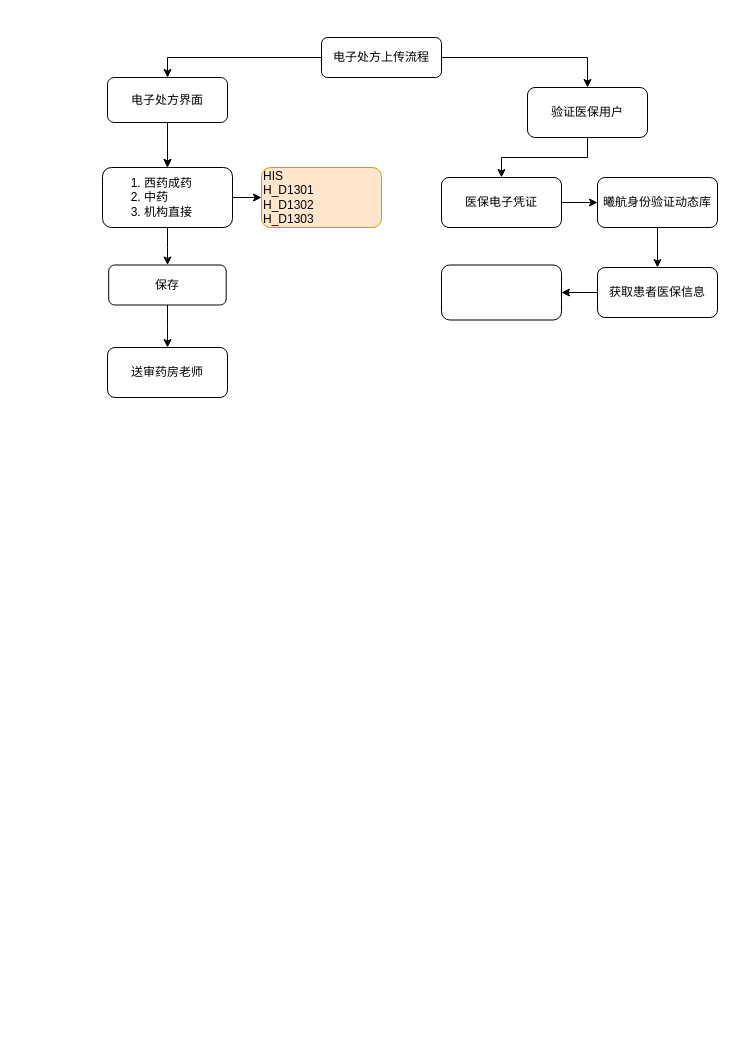
The draw.io diagram 未命名绘图.drawio in XLZF/Blog_Commit, before the edit. Source tidied: cells renumbered, new cells numbered last; positions are measured from the earlier drawing's top-left corner, leaving out a move shared by most shapes. Both pictures are drawn from the tidied source at 100%, with x=0, y=0 at pixel (102, 37).
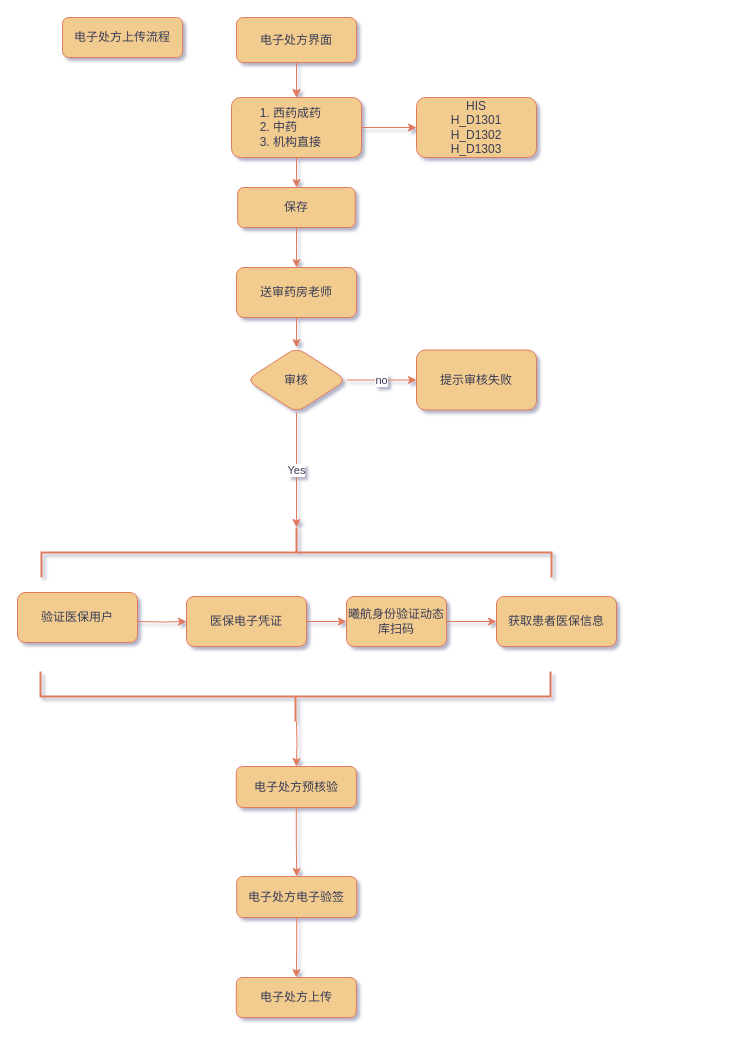
After the change.

Commit message:
电子处方上传

Diff of the diagram source:
```diff
@@
-<mxGraphModel>
+<mxGraphModel background="#ffffff" shadow="1">
@@
-    <mxCell id="2" style="edgeStyle=orthogonalEdgeStyle;rounded=0;jettySize=auto;html=1;" parent="1" edge="1" source="4" target="6">
-      <mxGeometry relative="1" as="geometry" />
-    </mxCell>
-    <mxCell id="3" style="edgeStyle=orthogonalEdgeStyle;rounded=0;jettySize=auto;html=1;entryX=0.5;entryY=0;entryDx=0;entryDy=0;" parent="1" edge="1" source="4" target="16">
-      <mxGeometry relative="1" as="geometry" />
-    </mxCell>
-    <mxCell id="4" value="电子处方上传流程" style="rounded=1;whiteSpace=wrap;html=1;fontSize=12;glass=0;strokeWidth=1;shadow=0;" parent="1" vertex="1">
-      <mxGeometry x="219" width="120" height="40" as="geometry" />
+    <mxCell id="4" value="电子处方上传流程" style="rounded=1;whiteSpace=wrap;html=1;fontSize=12;glass=0;strokeWidth=1;shadow=0;labelBackgroundColor=none;fillColor=#F2CC8F;strokeColor=#E07A5F;fontColor=#393C56;" parent="1" vertex="1">
+      <mxGeometry x="-40" y="-20" width="120" height="40" as="geometry" />
     </mxCell>
-    <mxCell id="5" style="edgeStyle=orthogonalEdgeStyle;rounded=0;jettySize=auto;html=1;" parent="1" edge="1" source="6" target="8">
-      <mxGeometry relative="1" as="geometry" />
+    <mxCell id="5" style="edgeStyle=orthogonalEdgeStyle;rounded=0;jettySize=auto;html=1;labelBackgroundColor=none;strokeColor=#E07A5F;fontColor=default;" parent="1" edge="1" target="8">
+      <mxGeometry relative="1" as="geometry">
+        <mxPoint x="34" y="584" as="sourcePoint" />
+      </mxGeometry>
     </mxCell>
-    <mxCell id="6" value="验证医保用户" style="rounded=1;whiteSpace=wrap;html=1;" parent="1" vertex="1">
-      <mxGeometry x="425" y="50" width="120" height="50" as="geometry" />
+    <mxCell id="6" value="验证医保用户" style="rounded=1;whiteSpace=wrap;html=1;labelBackgroundColor=none;fillColor=#F2CC8F;strokeColor=#E07A5F;fontColor=#393C56;" parent="1" vertex="1">
+      <mxGeometry x="-85" y="555" width="120" height="50" as="geometry" />
     </mxCell>
-    <mxCell id="7" style="edgeStyle=orthogonalEdgeStyle;rounded=0;jettySize=auto;html=1;" parent="1" edge="1" source="8" target="10">
+    <mxCell id="7" style="edgeStyle=orthogonalEdgeStyle;rounded=0;jettySize=auto;html=1;labelBackgroundColor=none;strokeColor=#E07A5F;fontColor=default;" parent="1" edge="1" source="8" target="10">
       <mxGeometry relative="1" as="geometry" />
     </mxCell>
-    <mxCell id="8" value="医保电子凭证" style="whiteSpace=wrap;html=1;rounded=1;" parent="1" vertex="1">
-      <mxGeometry x="339" y="140" width="120" height="50" as="geometry" />
-    </mxCell>
-    <mxCell id="9" style="edgeStyle=orthogonalEdgeStyle;rounded=0;jettySize=auto;html=1;" parent="1" edge="1" source="10" target="12">
+    <mxCell id="9" style="edgeStyle=orthogonalEdgeStyle;rounded=0;jettySize=auto;html=1;labelBackgroundColor=none;strokeColor=#E07A5F;fontColor=default;" parent="1" edge="1" source="10" target="12">
       <mxGeometry relative="1" as="geometry" />
     </mxCell>
-    <mxCell id="10" value="曦航身份验证动态库" style="whiteSpace=wrap;html=1;rounded=1;" parent="1" vertex="1">
-      <mxGeometry x="495" y="140" width="120" height="50" as="geometry" />
+    <mxCell id="10" value="曦航身份验证动态库扫码" style="whiteSpace=wrap;html=1;rounded=1;fillColor=#F2CC8F;strokeColor=#E07A5F;labelBackgroundColor=none;fontColor=#393C56;" parent="1" vertex="1">
+      <mxGeometry x="244" y="559" width="100" height="50" as="geometry" />
     </mxCell>
-    <mxCell id="11" style="edgeStyle=orthogonalEdgeStyle;rounded=0;jettySize=auto;html=1;" parent="1" edge="1" source="12" target="13">
-      <mxGeometry relative="1" as="geometry" />
-    </mxCell>
-    <mxCell id="12" value="获取患者医保信息" style="whiteSpace=wrap;html=1;rounded=1;" parent="1" vertex="1">
-      <mxGeometry x="495" y="230" width="120" height="50" as="geometry" />
+    <mxCell id="12" value="获取患者医保信息" style="whiteSpace=wrap;html=1;rounded=1;labelBackgroundColor=none;fillColor=#F2CC8F;strokeColor=#E07A5F;fontColor=#393C56;" parent="1" vertex="1">
+      <mxGeometry x="394" y="559" width="120" height="50" as="geometry" />
     </mxCell>
-    <mxCell id="13" style="whiteSpace=wrap;html=1;rounded=1;" parent="1" vertex="1">
-      <mxGeometry x="339" y="227.5" width="120" height="55" as="geometry" />
-    </mxCell>
-    <mxCell id="14" style="edgeStyle=orthogonalEdgeStyle;rounded=0;jettySize=auto;html=1;" parent="1" edge="1" source="16" target="19">
+    <mxCell id="14" style="edgeStyle=orthogonalEdgeStyle;rounded=0;jettySize=auto;html=1;labelBackgroundColor=none;strokeColor=#E07A5F;fontColor=default;" parent="1" edge="1" source="16" target="19">
       <mxGeometry relative="1" as="geometry" />
     </mxCell>
-    <mxCell id="15" style="edgeStyle=orthogonalEdgeStyle;rounded=0;jettySize=auto;html=1;" parent="1" edge="1" source="16" target="19">
+    <mxCell id="15" style="edgeStyle=orthogonalEdgeStyle;rounded=0;jettySize=auto;html=1;labelBackgroundColor=none;strokeColor=#E07A5F;fontColor=default;" parent="1" edge="1" source="16" target="19">
       <mxGeometry relative="1" as="geometry" />
     </mxCell>
-    <mxCell id="16" value="电子处方界面" style="whiteSpace=wrap;html=1;rounded=1;glass=0;strokeWidth=1;shadow=0;" parent="1" vertex="1">
-      <mxGeometry x="5" y="40" width="120" height="45" as="geometry" />
+    <mxCell id="16" value="电子处方界面" style="whiteSpace=wrap;html=1;rounded=1;glass=0;strokeWidth=1;shadow=0;labelBackgroundColor=none;fillColor=#F2CC8F;strokeColor=#E07A5F;fontColor=#393C56;" parent="1" vertex="1">
+      <mxGeometry x="134" y="-20" width="120" height="45" as="geometry" />
     </mxCell>
-    <mxCell id="17" style="edgeStyle=orthogonalEdgeStyle;rounded=0;jettySize=auto;html=1;" parent="1" edge="1" source="19" target="21">
+    <mxCell id="17" style="edgeStyle=orthogonalEdgeStyle;rounded=0;jettySize=auto;html=1;labelBackgroundColor=none;strokeColor=#E07A5F;fontColor=default;" parent="1" edge="1" source="19" target="21">
       <mxGeometry relative="1" as="geometry" />
     </mxCell>
-    <mxCell id="18" style="edgeStyle=orthogonalEdgeStyle;rounded=0;jettySize=auto;html=1;" parent="1" edge="1" source="19" target="23">
+    <mxCell id="18" style="edgeStyle=orthogonalEdgeStyle;rounded=0;jettySize=auto;html=1;labelBackgroundColor=none;strokeColor=#E07A5F;fontColor=default;" parent="1" edge="1" source="19" target="23">
       <mxGeometry relative="1" as="geometry" />
     </mxCell>
-    <mxCell id="19" value="&lt;ol&gt;&lt;li&gt;西药成药&lt;/li&gt;&lt;li&gt;中药&lt;/li&gt;&lt;li style=&quot;&quot;&gt;机构直接&lt;/li&gt;&lt;/ol&gt;" style="whiteSpace=wrap;html=1;rounded=1;glass=0;strokeWidth=1;shadow=0;align=left;" parent="1" vertex="1">
-      <mxGeometry y="130" width="130" height="60" as="geometry" />
+    <mxCell id="19" value="&lt;ol&gt;&lt;li&gt;西药成药&lt;/li&gt;&lt;li&gt;中药&lt;/li&gt;&lt;li style=&quot;&quot;&gt;机构直接&lt;/li&gt;&lt;/ol&gt;" style="whiteSpace=wrap;html=1;rounded=1;glass=0;strokeWidth=1;shadow=0;align=left;labelBackgroundColor=none;fillColor=#F2CC8F;strokeColor=#E07A5F;fontColor=#393C56;" parent="1" vertex="1">
+      <mxGeometry x="129" y="60" width="130" height="60" as="geometry" />
     </mxCell>
-    <mxCell id="20" style="edgeStyle=orthogonalEdgeStyle;rounded=0;jettySize=auto;html=1;" parent="1" edge="1" source="21" target="22">
+    <mxCell id="20" style="edgeStyle=orthogonalEdgeStyle;rounded=0;jettySize=auto;html=1;labelBackgroundColor=none;strokeColor=#E07A5F;fontColor=default;" parent="1" edge="1" source="21" target="22">
       <mxGeometry relative="1" as="geometry" />
     </mxCell>
-    <mxCell id="21" value="保存" style="whiteSpace=wrap;html=1;align=center;rounded=1;glass=0;strokeWidth=1;shadow=0;" parent="1" vertex="1">
-      <mxGeometry x="6.2" y="227.5" width="117.5" height="40" as="geometry" />
+    <mxCell id="21" value="保存" style="whiteSpace=wrap;html=1;align=center;rounded=1;glass=0;strokeWidth=1;shadow=0;labelBackgroundColor=none;fillColor=#F2CC8F;strokeColor=#E07A5F;fontColor=#393C56;" parent="1" vertex="1">
+      <mxGeometry x="135.2" y="150" width="117.5" height="40" as="geometry" />
     </mxCell>
+    <mxCell id="24" style="edgeStyle=orthogonalEdgeStyle;rounded=0;jettySize=auto;html=1;labelBackgroundColor=none;strokeColor=#E07A5F;fontColor=default;" parent="1" edge="1" source="22" target="27">
+      <mxGeometry relative="1" as="geometry" />
+    </mxCell>
-    <mxCell id="22" value="送审药房老师" style="whiteSpace=wrap;html=1;rounded=1;glass=0;strokeWidth=1;shadow=0;" parent="1" vertex="1">
-      <mxGeometry x="5" y="310" width="120" height="50" as="geometry" />
+    <mxCell id="22" value="送审药房老师" style="whiteSpace=wrap;html=1;rounded=1;glass=0;strokeWidth=1;shadow=0;labelBackgroundColor=none;fillColor=#F2CC8F;strokeColor=#E07A5F;fontColor=#393C56;" parent="1" vertex="1">
+      <mxGeometry x="134" y="230" width="120" height="50" as="geometry" />
     </mxCell>
-    <mxCell id="23" value="HIS &lt;br&gt;H_D1301&lt;br&gt;H_D1302&lt;br&gt;H_D1303" style="whiteSpace=wrap;html=1;align=left;rounded=1;glass=0;strokeWidth=1;shadow=0;fillColor=#ffe6cc;strokeColor=#d79b00;" parent="1" vertex="1">
-      <mxGeometry x="159" y="130" width="120" height="60" as="geometry" />
+    <mxCell id="23" value="HIS &lt;br&gt;H_D1301&lt;br&gt;H_D1302&lt;br&gt;H_D1303" style="whiteSpace=wrap;html=1;align=center;rounded=1;glass=0;strokeWidth=1;shadow=0;fillColor=#F2CC8F;strokeColor=#E07A5F;labelBackgroundColor=none;fontColor=#393C56;" parent="1" vertex="1">
+      <mxGeometry x="314" y="60" width="120" height="60" as="geometry" />
     </mxCell>
+    <mxCell id="25" value="no" style="edgeStyle=orthogonalEdgeStyle;rounded=0;jettySize=auto;html=1;strokeColor=#E07A5F;fontColor=#393C56;fillColor=#F2CC8F;entryX=0;entryY=0.5;entryDx=0;entryDy=0;" parent="1" edge="1" source="27" target="32">
+      <mxGeometry relative="1" as="geometry" />
+    </mxCell>
+    <mxCell id="26" value="Yes" style="edgeStyle=orthogonalEdgeStyle;rounded=0;jettySize=auto;html=1;exitX=0.5;exitY=1;exitDx=0;exitDy=0;entryX=0;entryY=0.5;entryDx=0;entryDy=0;entryPerimeter=0;strokeColor=#E07A5F;fontColor=#393C56;fillColor=#F2CC8F;" parent="1" edge="1" source="27" target="33">
+      <mxGeometry relative="1" as="geometry" />
+    </mxCell>
+    <mxCell id="27" value="审核" style="rhombus;whiteSpace=wrap;html=1;rounded=1;glass=0;strokeWidth=1;shadow=0;labelBackgroundColor=none;fillColor=#F2CC8F;strokeColor=#E07A5F;fontColor=#393C56;" parent="1" vertex="1">
+      <mxGeometry x="144" y="310" width="100" height="65" as="geometry" />
+    </mxCell>
+    <mxCell id="28" style="edgeStyle=orthogonalEdgeStyle;rounded=0;jettySize=auto;html=1;labelBackgroundColor=none;strokeColor=#E07A5F;fontColor=default;" parent="1" edge="1" source="29" target="31">
+      <mxGeometry relative="1" as="geometry" />
+    </mxCell>
+    <mxCell id="29" value="电子处方预核验" style="whiteSpace=wrap;html=1;rounded=1;glass=0;strokeWidth=1;shadow=0;labelBackgroundColor=none;fillColor=#F2CC8F;strokeColor=#E07A5F;fontColor=#393C56;" parent="1" vertex="1">
+      <mxGeometry x="133.8" y="729" width="120" height="41" as="geometry" />
+    </mxCell>
+    <mxCell id="30" style="edgeStyle=orthogonalEdgeStyle;rounded=0;jettySize=auto;html=1;strokeColor=#E07A5F;fontColor=#393C56;fillColor=#F2CC8F;" parent="1" edge="1" source="31" target="36">
+      <mxGeometry relative="1" as="geometry" />
+    </mxCell>
+    <mxCell id="31" value="电子处方电子验签" style="whiteSpace=wrap;html=1;rounded=1;glass=0;strokeWidth=1;shadow=0;labelBackgroundColor=none;fillColor=#F2CC8F;strokeColor=#E07A5F;fontColor=#393C56;" parent="1" vertex="1">
+      <mxGeometry x="134.2" y="839" width="120" height="41" as="geometry" />
+    </mxCell>
+    <mxCell id="32" value="提示审核失败" style="rounded=1;whiteSpace=wrap;html=1;strokeColor=#E07A5F;fontColor=#393C56;fillColor=#F2CC8F;" parent="1" vertex="1">
+      <mxGeometry x="314" y="312.5" width="120" height="60" as="geometry" />
+    </mxCell>
+    <mxCell id="8" value="医保电子凭证" style="whiteSpace=wrap;html=1;rounded=1;labelBackgroundColor=none;fillColor=#F2CC8F;strokeColor=#E07A5F;fontColor=#393C56;" parent="1" vertex="1">
+      <mxGeometry x="84" y="559" width="120" height="50" as="geometry" />
+    </mxCell>
+    <mxCell id="33" style="strokeWidth=2;html=1;shape=mxgraph.flowchart.annotation_2;align=left;labelPosition=right;strokeColor=#E07A5F;fontColor=#393C56;fillColor=#F2CC8F;rotation=90;" parent="1" vertex="1">
+      <mxGeometry x="169" y="260" width="50" height="510" as="geometry" />
+    </mxCell>
+    <mxCell id="34" style="edgeStyle=orthogonalEdgeStyle;rounded=0;jettySize=auto;html=1;exitX=0;exitY=0.5;exitDx=0;exitDy=0;exitPerimeter=0;entryX=0.5;entryY=0;entryDx=0;entryDy=0;strokeColor=#E07A5F;fontColor=#393C56;fillColor=#F2CC8F;" parent="1" edge="1" target="29">
+      <mxGeometry relative="1" as="geometry">
+        <mxPoint x="194" y="684" as="sourcePoint" />
+      </mxGeometry>
+    </mxCell>
+    <mxCell id="35" style="strokeWidth=2;html=1;shape=mxgraph.flowchart.annotation_2;align=left;labelPosition=right;strokeColor=#E07A5F;fontColor=#393C56;fillColor=#F2CC8F;rotation=-90;" parent="1" vertex="1">
+      <mxGeometry x="168" y="404" width="50" height="510" as="geometry" />
+    </mxCell>
+    <mxCell id="36" value="电子处方上传" style="whiteSpace=wrap;html=1;fillColor=#F2CC8F;strokeColor=#E07A5F;fontColor=#393C56;rounded=1;glass=0;strokeWidth=1;shadow=0;labelBackgroundColor=none;" parent="1" vertex="1">
+      <mxGeometry x="133.8" y="940" width="120" height="40" as="geometry" />
+    </mxCell>
```
